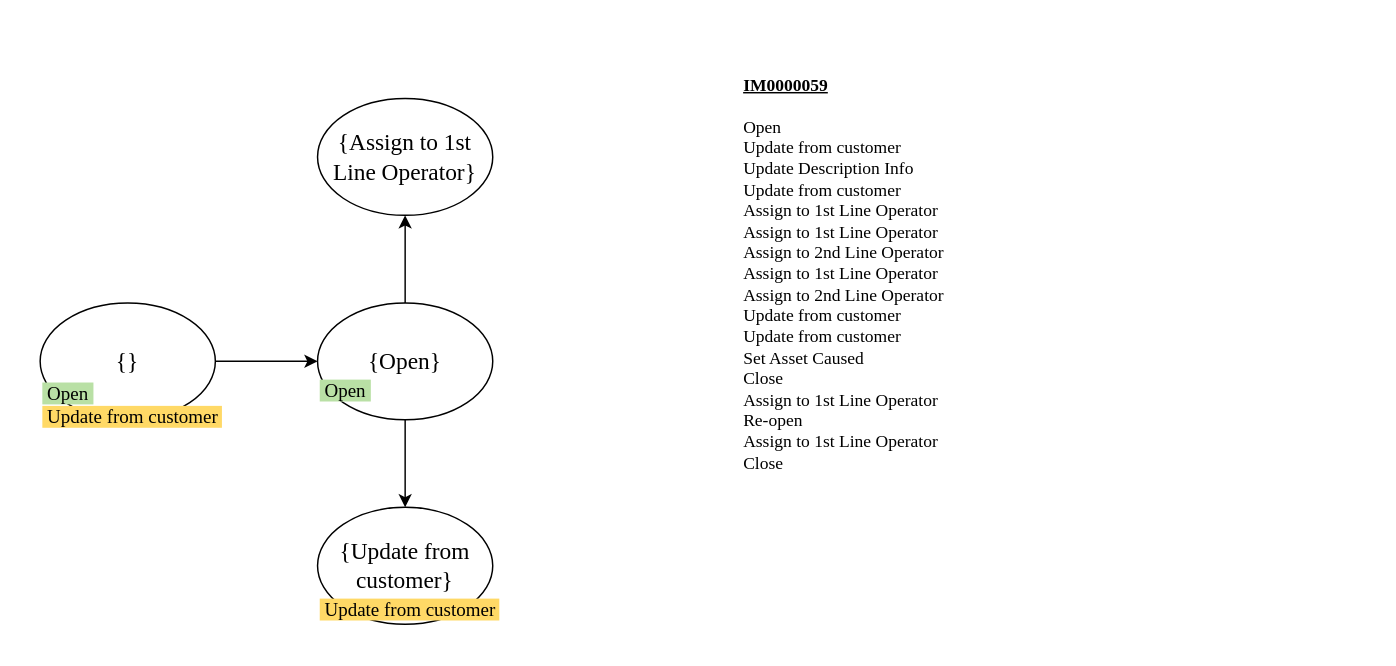
TKForgeron/INFOMPROM keeps this draw.io diagram as page "Page-2" (2 of 3) of ats.drawio. Above is the earlier version. Source tidied: cells renumbered, new cells numbered last; positions are measured from the earlier drawing's top-left corner, leaving out a move shared by most shapes. Both pictures are drawn from the tidied source at 146%, with x=0, y=0 at pixel (39, 76). Pictures stored in the file or linked from it are replaced by grey dashed boxes.
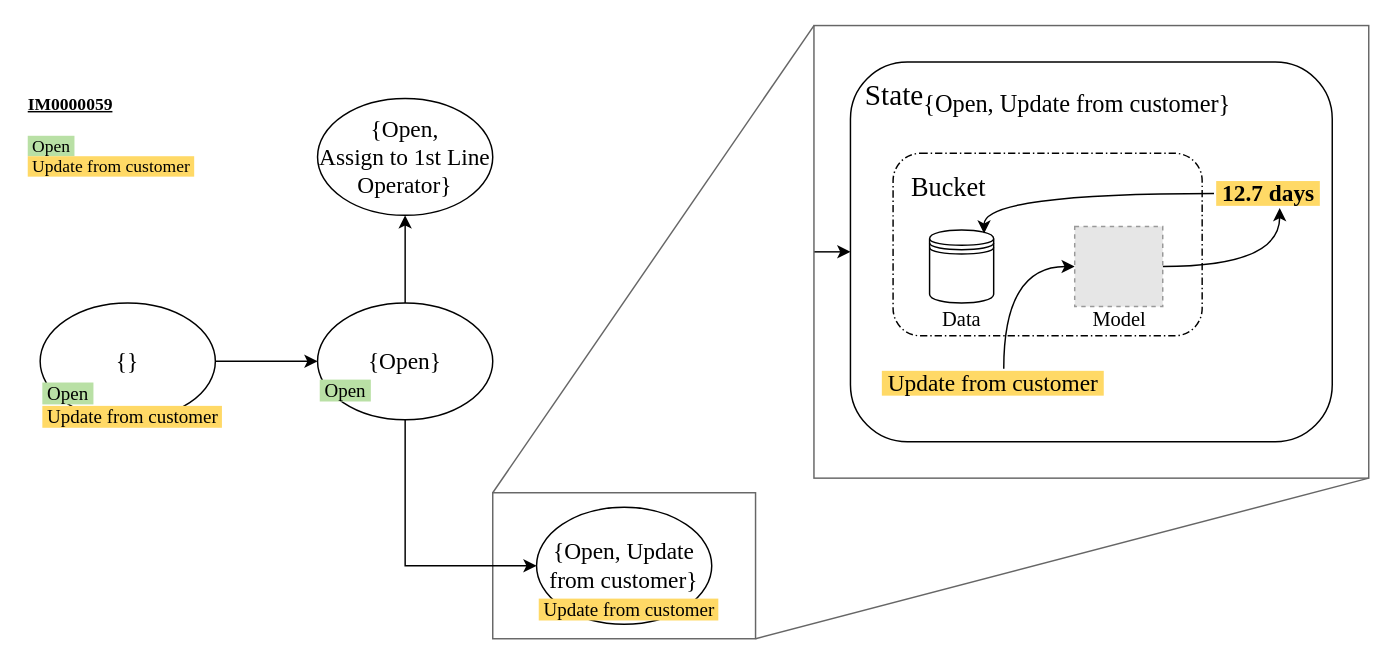
Above is the later version.

Unchanged cells that the change refers to:
```xml
<mxCell id="7" value="{Open}" style="ellipse;whiteSpace=wrap;html=1;fontFamily=Times New Roman;fontSize=16;fontStyle=0;" parent="1" vertex="1">
  <mxGeometry x="190" y="155" width="120" height="80" as="geometry" />
</mxCell>
```

What changed in the source:
```diff
@@
+    <mxCell id="13" style="edgeStyle=orthogonalEdgeStyle;curved=1;rounded=0;jettySize=auto;html=1;exitX=0;exitY=0.5;exitDx=0;exitDy=0;entryX=0;entryY=0.5;entryDx=0;entryDy=0;fontFamily=Times New Roman;fontSize=12;endArrow=classic;endFill=1;strokeColor=#000000;" parent="1" edge="1" source="14" target="15">
+      <mxGeometry relative="1" as="geometry" />
+    </mxCell>
+    <mxCell id="14" style="rounded=0;whiteSpace=wrap;html=1;fillColor=none;strokeColor=#666666;fontFamily=Times New Roman;" parent="1" vertex="1">
+      <mxGeometry x="530" y="-35" width="380" height="310" as="geometry" />
+    </mxCell>
+    <mxCell id="15" style="rounded=1;whiteSpace=wrap;html=1;strokeColor=#000000;fillColor=none;fontFamily=Times New Roman;align=left;" parent="1" vertex="1">
+      <mxGeometry x="555" y="-10" width="330" height="260" as="geometry" />
+    </mxCell>
+    <mxCell id="16" style="rounded=1;dashed=1;dashPattern=5 2 1 2;labelPosition=center;verticalLabelPosition=top;align=right;verticalAlign=bottom;fontSize=8;fontFamily=Times New Roman;strokeColor=#000000;fillColor=none;" parent="1" vertex="1">
+      <mxGeometry x="584.2" y="52.5" width="211.7" height="125" as="geometry" />
+    </mxCell>
+    <mxCell id="17" style="rounded=0;whiteSpace=wrap;html=1;fillColor=none;strokeColor=#666666;fontFamily=Times New Roman;" parent="1" vertex="1">
+      <mxGeometry x="310" y="285" width="180" height="100" as="geometry" />
+    </mxCell>
@@
-    <mxCell id="4" value="&lt;div style=&quot;font-size: 13px;&quot;&gt;&lt;span style=&quot;background-color: rgb(185, 224, 165);&quot;&gt;&amp;nbsp;Open&amp;nbsp; &lt;br&gt;&lt;/span&gt;&lt;/div&gt;&lt;div style=&quot;font-size: 13px;&quot;&gt;&lt;span style=&quot;background-color: rgb(255, 217, 102);&quot;&gt;&amp;nbsp;Update from customer&amp;nbsp; &lt;/span&gt;&lt;br style=&quot;font-size: 13px;&quot;&gt;&lt;/div&gt;" style="text;html=1;align=left;verticalAlign=middle;strokeColor=none;fillColor=none;fontSize=13;fontFamily=Times New Roman;" parent="1" vertex="1">
+    <mxCell id="4" value="&lt;div style=&quot;font-size: 13px;&quot;&gt;&lt;span style=&quot;background-color: rgb(185, 224, 165);&quot;&gt;&amp;nbsp;Open&amp;nbsp; &lt;br&gt;&lt;/span&gt;&lt;/div&gt;&lt;div style=&quot;font-size: 13px;&quot;&gt;&lt;span style=&quot;background-color: rgb(255, 217, 102);&quot;&gt;&amp;nbsp;Update from customer&amp;nbsp; &lt;br&gt;&lt;/span&gt;&lt;/div&gt;" style="text;html=1;align=left;verticalAlign=middle;strokeColor=none;fillColor=none;fontSize=13;fontFamily=Times New Roman;" parent="1" vertex="1">
       <mxGeometry y="205" width="140" height="40" as="geometry" />
     </mxCell>
@@
     <mxCell id="6" style="edgeStyle=orthogonalEdgeStyle;rounded=0;jettySize=auto;html=1;fontFamily=Times New Roman;fontSize=13;" parent="1" edge="1" source="7" target="9">
-      <mxGeometry relative="1" as="geometry" />
+      <mxGeometry relative="1" as="geometry">
+        <Array as="points">
+          <mxPoint x="250" y="335" />
+        </Array>
+      </mxGeometry>
     </mxCell>
@@
-    <mxCell id="8" value="{Assign to 1st Line Operator}" style="ellipse;whiteSpace=wrap;html=1;fontFamily=Times New Roman;fontSize=16;fontStyle=0;" parent="1" vertex="1">
+    <mxCell id="8" value="{Open, &lt;br&gt;Assign to 1st Line Operator}" style="ellipse;whiteSpace=wrap;html=1;fontFamily=Times New Roman;fontSize=16;fontStyle=0;" parent="1" vertex="1">
       <mxGeometry x="190" y="15" width="120" height="80" as="geometry" />
     </mxCell>
-    <mxCell id="9" value="{Update from customer}" style="ellipse;whiteSpace=wrap;html=1;fontFamily=Times New Roman;fontSize=16;fontStyle=0;" parent="1" vertex="1">
-      <mxGeometry x="190" y="295" width="120" height="80" as="geometry" />
+    <mxCell id="9" value="{Open, Update from customer}" style="ellipse;whiteSpace=wrap;html=1;fontFamily=Times New Roman;fontSize=16;fontStyle=0;" parent="1" vertex="1">
+      <mxGeometry x="340" y="295" width="120" height="80" as="geometry" />
     </mxCell>
@@
     <mxCell id="11" value="&lt;span style=&quot;background-color: rgb(255, 217, 102);&quot;&gt;&amp;nbsp;Update from customer&amp;nbsp; &lt;/span&gt;" style="text;html=1;align=left;verticalAlign=middle;strokeColor=none;fillColor=none;fontSize=13;fontFamily=Times New Roman;" parent="1" vertex="1">
-      <mxGeometry x="190" y="355" width="140" height="20" as="geometry" />
+      <mxGeometry x="340" y="355" width="140" height="20" as="geometry" />
     </mxCell>
-    <mxCell id="12" value="&lt;div align=&quot;left&quot;&gt;&lt;u&gt;&lt;b&gt;IM0000059&lt;/b&gt;&lt;/u&gt;&lt;/div&gt;&lt;div align=&quot;left&quot;&gt;&lt;br&gt;&lt;/div&gt;&lt;div align=&quot;left&quot;&gt;Open&lt;br&gt;Update from customer&lt;br&gt;Update Description Info&lt;br&gt;Update from customer&lt;br&gt;Assign to 1st Line Operator&lt;br&gt;Assign to 1st Line Operator&lt;br&gt;Assign to 2nd Line Operator&lt;br&gt;Assign to 1st Line Operator&lt;br&gt;Assign to 2nd Line Operator&lt;br&gt;Update from customer&lt;br&gt;Update from customer&lt;br&gt;Set Asset Caused&lt;br&gt;Close&lt;br&gt;Assign to 1st Line Operator&lt;br&gt;Re-open&lt;br&gt;Assign to 1st Line Operator&lt;br&gt;Close&lt;/div&gt;" style="text;html=1;align=left;verticalAlign=middle;strokeColor=none;fillColor=none;fontFamily=Times New Roman;" parent="1" vertex="1">
-      <mxGeometry x="480" width="150" height="270" as="geometry" />
+    <mxCell id="12" value="&lt;div align=&quot;left&quot;&gt;&lt;u&gt;&lt;b&gt;IM0000059&lt;/b&gt;&lt;/u&gt;&lt;/div&gt;&lt;div align=&quot;left&quot;&gt;&lt;br&gt;&lt;/div&gt;&lt;div align=&quot;left&quot;&gt;&lt;span style=&quot;background-color: rgb(185, 224, 165);&quot;&gt;&amp;nbsp;Open&amp;nbsp; &lt;/span&gt;&lt;br&gt;&lt;span style=&quot;background-color: rgb(255, 217, 102);&quot;&gt;&amp;nbsp;Update from customer&amp;nbsp; &lt;/span&gt;&lt;br&gt;&lt;/div&gt;" style="text;html=1;align=left;verticalAlign=middle;strokeColor=none;fillColor=none;fontFamily=Times New Roman;" parent="1" vertex="1">
+      <mxGeometry x="-10" y="10" width="130" height="60" as="geometry" />
     </mxCell>
+    <mxCell id="18" style="rounded=0;jettySize=auto;html=1;exitX=1;exitY=1;exitDx=0;exitDy=0;endArrow=none;endFill=0;strokeColor=#666666;fontFamily=Times New Roman;entryX=1;entryY=1;entryDx=0;entryDy=0;" parent="1" edge="1" source="17" target="14">
+      <mxGeometry relative="1" as="geometry" />
+    </mxCell>
+    <mxCell id="19" style="rounded=0;jettySize=auto;html=1;exitX=0;exitY=0;exitDx=0;exitDy=0;endArrow=none;endFill=0;strokeColor=#666666;fontFamily=Times New Roman;" parent="1" edge="1" source="17">
+      <mxGeometry relative="1" as="geometry">
+        <mxPoint x="530" y="-35" as="targetPoint" />
+      </mxGeometry>
+    </mxCell>
+    <mxCell id="20" style="edgeStyle=orthogonalEdgeStyle;rounded=0;jettySize=auto;html=1;fontFamily=Times New Roman;fontSize=13;entryX=-0.003;entryY=0.477;entryDx=0;entryDy=0;entryPerimeter=0;" parent="1" edge="1" target="15">
+      <mxGeometry relative="1" as="geometry">
+        <mxPoint x="554" y="114" as="sourcePoint" />
+      </mxGeometry>
+    </mxCell>
+    <mxCell id="21" value="&lt;div align=&quot;left&quot;&gt;&lt;font style=&quot;font-size: 20px;&quot;&gt;State&lt;sub&gt;{Open, Update from customer}&lt;/sub&gt;&lt;/font&gt;&lt;/div&gt;" style="text;html=1;align=center;verticalAlign=middle;strokeColor=none;fillColor=none;fontSize=20;fontFamily=Times New Roman;" parent="1" vertex="1">
+      <mxGeometry x="555" width="270" height="30" as="geometry" />
+    </mxCell>
+    <mxCell id="22" value="&lt;div align=&quot;left&quot;&gt;&lt;font style=&quot;font-size: 18px;&quot;&gt;Bucket&lt;/font&gt;&lt;/div&gt;" style="text;html=1;align=left;verticalAlign=middle;strokeColor=none;fillColor=none;fontSize=20;fontFamily=Times New Roman;" parent="1" vertex="1">
+      <mxGeometry x="595" y="60" width="70" height="30" as="geometry" />
+    </mxCell>
+    <mxCell id="23" style="shape=datastore;whiteSpace=wrap;html=1;fontFamily=Times New Roman;fontSize=16;strokeColor=#000000;fillColor=none;" parent="1" vertex="1">
+      <mxGeometry x="609.2" y="105" width="43.9" height="50" as="geometry" />
+    </mxCell>
+    <mxCell id="24" style="edgeStyle=orthogonalEdgeStyle;curved=1;rounded=0;jettySize=auto;html=1;fontFamily=Times New Roman;fontSize=16;endArrow=classic;endFill=1;strokeColor=#000000;entryX=0;entryY=0.5;entryDx=0;entryDy=0;" parent="1" edge="1" source="25" target="27">
+      <mxGeometry relative="1" as="geometry" />
+    </mxCell>
+    <mxCell id="25" value="&lt;font style=&quot;font-size: 16px;&quot;&gt;&lt;span style=&quot;background-color: rgb(255, 217, 102);&quot;&gt;&amp;nbsp;Update from customer&amp;nbsp; &lt;/span&gt;&lt;/font&gt;" style="text;html=1;align=left;verticalAlign=middle;points=[];strokeColor=none;fillColor=none;fontSize=13;fontFamily=Times New Roman;" parent="1" vertex="1">
+      <mxGeometry x="575" y="200" width="170" height="20" as="geometry" />
+    </mxCell>
+    <mxCell id="26" style="edgeStyle=orthogonalEdgeStyle;curved=1;rounded=0;jettySize=auto;html=1;fontFamily=Times New Roman;fontSize=16;endArrow=classic;endFill=1;strokeColor=#000000;exitX=1;exitY=0.5;exitDx=0;exitDy=0;" parent="1" edge="1" source="27" target="29">
+      <mxGeometry relative="1" as="geometry" />
+    </mxCell>
+    <mxCell id="27" style="fillColor=#E6E6E6;strokeColor=#999999;dashed=1;verticalLabelPosition=bottom;labelBackgroundColor=default;verticalAlign=top;" parent="1" vertex="1">
+      <mxGeometry x="708.6" y="102.6" width="60.3" height="54.9" as="geometry" />
+    </mxCell>
+    <mxCell id="28" style="edgeStyle=orthogonalEdgeStyle;curved=1;rounded=0;jettySize=auto;html=1;entryX=0.85;entryY=0.05;entryDx=0;entryDy=0;entryPerimeter=0;fontFamily=Times New Roman;fontSize=12;endArrow=classic;endFill=1;strokeColor=#000000;" parent="1" edge="1" source="29" target="23">
+      <mxGeometry relative="1" as="geometry" />
+    </mxCell>
+    <mxCell id="29" value="&lt;font style=&quot;font-size: 16px;&quot;&gt;&lt;span style=&quot;background-color: rgb(255, 217, 102);&quot;&gt;&amp;nbsp;&lt;/span&gt;&lt;/font&gt;&lt;font style=&quot;font-size: 16px;&quot;&gt;&lt;span style=&quot;background-color: rgb(255, 217, 102);&quot;&gt;12.7 days&amp;nbsp; &lt;br&gt;&lt;/span&gt;&lt;/font&gt;" style="text;html=1;align=left;verticalAlign=middle;points=[];strokeColor=none;fillColor=none;fontSize=13;fontFamily=Times New Roman;fontStyle=1;" parent="1" vertex="1">
+      <mxGeometry x="804" y="70" width="90" height="20" as="geometry" />
+    </mxCell>
+    <mxCell id="30" value="Model" style="text;html=1;align=center;verticalAlign=middle;strokeColor=none;fillColor=none;fontSize=14;fontFamily=Times New Roman;" parent="1" vertex="1">
+      <mxGeometry x="713.8" y="157.4" width="50" height="20" as="geometry" />
+    </mxCell>
+    <mxCell id="31" value="Data" style="text;html=1;align=center;verticalAlign=middle;strokeColor=none;fillColor=none;fontSize=14;fontFamily=Times New Roman;" parent="1" vertex="1">
+      <mxGeometry x="611.1" y="157.4" width="40" height="20" as="geometry" />
+    </mxCell>
```
